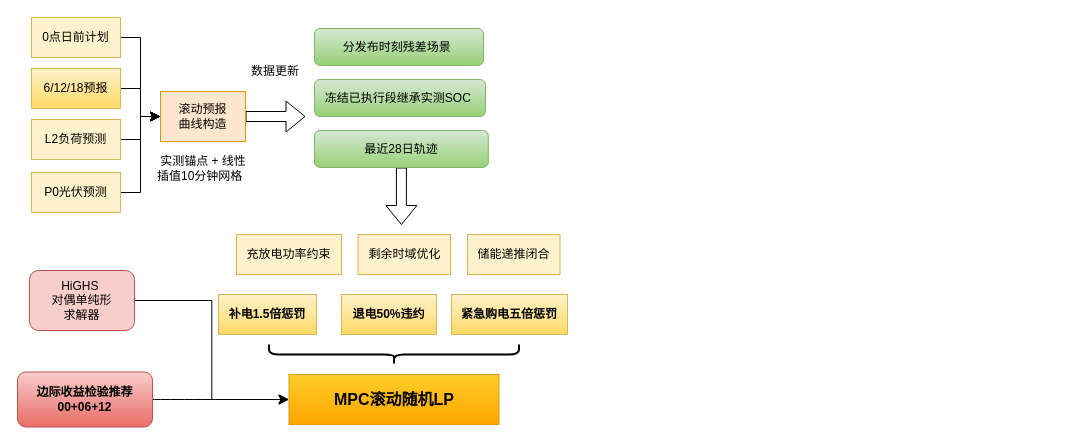
The draw.io diagram page "第 3 页" (3 of 4) of 国赛绘图.drawio in xinlanzi/Induisal-design, before the edit. Source tidied: cells renumbered, new cells numbered last; positions are measured from the earlier drawing's top-left corner, leaving out a move shared by most shapes. Both pictures are drawn from the tidied source at 100%, with x=0, y=0 at pixel (17, 17).
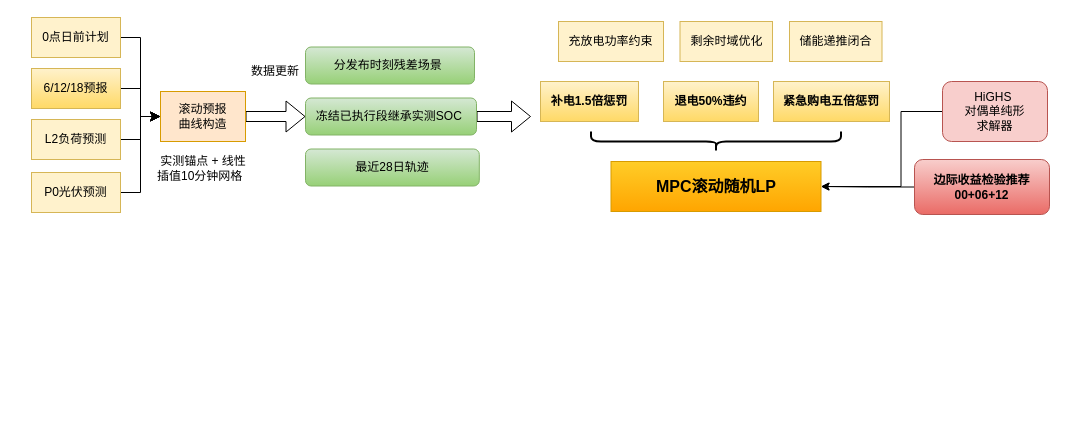
The same page after the edit.

Unchanged cells that the change refers to:
```xml
<mxCell id="9" value="滚动预报&lt;div&gt;曲线构造&lt;/div&gt;" style="rounded=0;whiteSpace=wrap;html=1;fillColor=#ffe6cc;strokeColor=#d79b00;" parent="1" vertex="1">
  <mxGeometry x="143" y="74" width="85" height="50" as="geometry" />
</mxCell>
```

The edit, as a diff of the source:
```diff
@@
-    <mxCell id="8" style="edgeStyle=none;curved=1;rounded=0;jettySize=auto;html=1;exitX=1;exitY=0.5;exitDx=0;exitDy=0;fontSize=12;shape=flexArrow;" parent="1" edge="1" source="9">
-      <mxGeometry relative="1" as="geometry">
-        <mxPoint x="288" y="99" as="targetPoint" />
-      </mxGeometry>
+    <mxCell id="8" style="edgeStyle=none;curved=1;rounded=0;jettySize=auto;html=1;exitX=1;exitY=0.5;exitDx=0;exitDy=0;fontSize=12;shape=flexArrow;entryX=0;entryY=0.5;entryDx=0;entryDy=0;" parent="1" edge="1" source="9" target="28">
+      <mxGeometry relative="1" as="geometry" />
     </mxCell>
@@
     <mxCell id="10" value="&lt;b&gt;紧急购电五倍惩罚&lt;/b&gt;" style="rounded=0;whiteSpace=wrap;html=1;fillColor=#fff2cc;strokeColor=#d6b656;gradientColor=#ffd966;" parent="1" vertex="1">
-      <mxGeometry x="434" y="277" width="116" height="40" as="geometry" />
+      <mxGeometry x="756" y="64" width="116" height="40" as="geometry" />
     </mxCell>
     <mxCell id="11" value="&lt;b&gt;退电50%违约&lt;/b&gt;" style="rounded=0;whiteSpace=wrap;html=1;fillColor=#fff2cc;strokeColor=#d6b656;gradientColor=#ffd966;" parent="1" vertex="1">
-      <mxGeometry x="324" y="277" width="95" height="40" as="geometry" />
+      <mxGeometry x="646" y="64" width="95" height="40" as="geometry" />
     </mxCell>
     <mxCell id="12" value="储能递推闭合" style="rounded=0;whiteSpace=wrap;html=1;fillColor=#fff2cc;strokeColor=#d6b656;" parent="1" vertex="1">
-      <mxGeometry x="450" y="217" width="92.5" height="40" as="geometry" />
+      <mxGeometry x="772" y="4" width="92.5" height="40" as="geometry" />
     </mxCell>
     <mxCell id="13" value="&lt;b&gt;补电1.5倍惩罚&lt;/b&gt;" style="rounded=0;whiteSpace=wrap;html=1;fillColor=#fff2cc;strokeColor=#d6b656;gradientColor=#ffd966;" parent="1" vertex="1">
-      <mxGeometry x="201" y="277" width="98" height="40" as="geometry" />
+      <mxGeometry x="523" y="64" width="98" height="40" as="geometry" />
     </mxCell>
     <mxCell id="14" value="充放电功率约束" style="rounded=0;whiteSpace=wrap;html=1;fillColor=#fff2cc;strokeColor=#d6b656;" parent="1" vertex="1">
-      <mxGeometry x="219" y="217" width="105" height="40" as="geometry" />
+      <mxGeometry x="541" y="4" width="105" height="40" as="geometry" />
     </mxCell>
     <mxCell id="15" value="剩余时域优化" style="rounded=0;whiteSpace=wrap;html=1;fillColor=#fff2cc;strokeColor=#d6b656;" parent="1" vertex="1">
-      <mxGeometry x="340.5" y="217" width="92.5" height="40" as="geometry" />
+      <mxGeometry x="662.5" y="4" width="92.5" height="40" as="geometry" />
     </mxCell>
     <mxCell id="16" style="shape=curlyBracket;whiteSpace=wrap;html=1;rounded=1;flipH=1;labelPosition=right;verticalLabelPosition=middle;align=left;verticalAlign=middle;legacyAnchorPoints=0;strokeWidth=2;rotation=90;" parent="1" vertex="1">
-      <mxGeometry x="366.5" y="212" width="20" height="250" as="geometry" />
+      <mxGeometry x="688.5" y="-1" width="20" height="250" as="geometry" />
     </mxCell>
     <mxCell id="17" value="&lt;b&gt;&lt;font style=&quot;font-size: 16px;&quot;&gt;MPC滚动随机LP&lt;/font&gt;&lt;/b&gt;" style="rounded=0;whiteSpace=wrap;html=1;fillColor=#ffcd28;strokeColor=#d79b00;gradientColor=#ffa500;" parent="1" vertex="1">
-      <mxGeometry x="271.5" y="357" width="210" height="50" as="geometry" />
+      <mxGeometry x="593.5" y="144" width="210" height="50" as="geometry" />
     </mxCell>
@@
-    <mxCell id="19" style="edgeStyle=orthogonalEdgeStyle;rounded=0;jettySize=auto;html=1;exitX=1;exitY=0.5;exitDx=0;exitDy=0;entryX=0;entryY=0.5;entryDx=0;entryDy=0;fontSize=12;startSize=8;endSize=8;" parent="1" edge="1" source="20" target="17">
-      <mxGeometry relative="1" as="geometry" />
+    <mxCell id="19" style="edgeStyle=orthogonalEdgeStyle;rounded=0;jettySize=auto;html=1;exitX=0;exitY=0.5;exitDx=0;exitDy=0;entryX=1;entryY=0.5;entryDx=0;entryDy=0;" parent="1" edge="1" source="20" target="17">
+      <mxGeometry relative="1" as="geometry">
+        <Array as="points">
+          <mxPoint x="883.5" y="94" />
+          <mxPoint x="883.5" y="169" />
+        </Array>
+      </mxGeometry>
     </mxCell>
     <mxCell id="20" value="HiGHS&amp;nbsp;&lt;div&gt;对偶单纯形&lt;/div&gt;&lt;div&gt;求解器&lt;/div&gt;" style="rounded=1;whiteSpace=wrap;html=1;fillColor=#f8cecc;strokeColor=#b85450;" parent="1" vertex="1">
-      <mxGeometry x="12" y="253" width="105" height="60" as="geometry" />
+      <mxGeometry x="925" y="64" width="105" height="60" as="geometry" />
     </mxCell>
@@
-    <mxCell id="22" style="edgeStyle=none;curved=1;rounded=0;jettySize=auto;html=1;exitX=0.5;exitY=1;exitDx=0;exitDy=0;fontSize=12;shape=flexArrow;" parent="1" edge="1" source="23">
+    <mxCell id="22" style="edgeStyle=none;curved=1;rounded=0;jettySize=auto;html=1;exitX=1;exitY=0.5;exitDx=0;exitDy=0;fontSize=12;shape=flexArrow;" parent="1" edge="1" source="28">
       <mxGeometry relative="1" as="geometry">
-        <mxPoint x="383.9" y="207.5" as="targetPoint" />
+        <mxPoint x="513.5" y="99" as="targetPoint" />
       </mxGeometry>
     </mxCell>
     <mxCell id="23" value="&lt;p&gt;最近28日轨迹&lt;/p&gt;" style="rounded=1;whiteSpace=wrap;html=1;fillColor=#d5e8d4;strokeColor=#82b366;gradientColor=#97d077;" parent="1" vertex="1">
-      <mxGeometry x="297" y="113" width="173.8" height="37" as="geometry" />
+      <mxGeometry x="288" y="131.5" width="173.8" height="37" as="geometry" />
     </mxCell>
-    <mxCell id="24" style="edgeStyle=none;curved=1;rounded=0;jettySize=auto;html=1;exitX=1;exitY=0.5;exitDx=0;exitDy=0;entryX=0;entryY=0.5;entryDx=0;entryDy=0;fontSize=12;startSize=8;endSize=8;" parent="1" edge="1" source="25" target="17">
+    <mxCell id="24" style="edgeStyle=orthogonalEdgeStyle;rounded=0;jettySize=auto;html=1;exitX=0;exitY=0.5;exitDx=0;exitDy=0;entryX=1;entryY=0.5;entryDx=0;entryDy=0;" parent="1" edge="1" source="25" target="17">
       <mxGeometry relative="1" as="geometry" />
     </mxCell>
     <mxCell id="25" value="&lt;p&gt;&lt;strong&gt;边际收益检验推荐00+06+12&lt;/strong&gt;&lt;/p&gt;" style="rounded=1;whiteSpace=wrap;html=1;fillColor=#f8cecc;strokeColor=#b85450;gradientColor=#ea6b66;" parent="1" vertex="1">
-      <mxGeometry y="354.5" width="135" height="55" as="geometry" />
+      <mxGeometry x="897" y="142" width="135" height="55" as="geometry" />
     </mxCell>
@@
     <mxCell id="28" value="&lt;p&gt;冻结已执行段继承实测SOC&amp;nbsp;&lt;/p&gt;" style="rounded=1;whiteSpace=wrap;html=1;fillColor=#d5e8d4;strokeColor=#82b366;gradientColor=#97d077;" parent="1" vertex="1">
-      <mxGeometry x="297" y="62" width="171" height="37" as="geometry" />
+      <mxGeometry x="288" y="80.5" width="171" height="37" as="geometry" />
     </mxCell>
     <mxCell id="29" value="&lt;p&gt;分发布时刻残差场景&amp;nbsp;&lt;/p&gt;" style="rounded=1;whiteSpace=wrap;html=1;fillColor=#d5e8d4;strokeColor=#82b366;gradientColor=#97d077;" parent="1" vertex="1">
-      <mxGeometry x="297" y="11" width="169" height="37" as="geometry" />
+      <mxGeometry x="288" y="29.5" width="169" height="37" as="geometry" />
     </mxCell>
```
